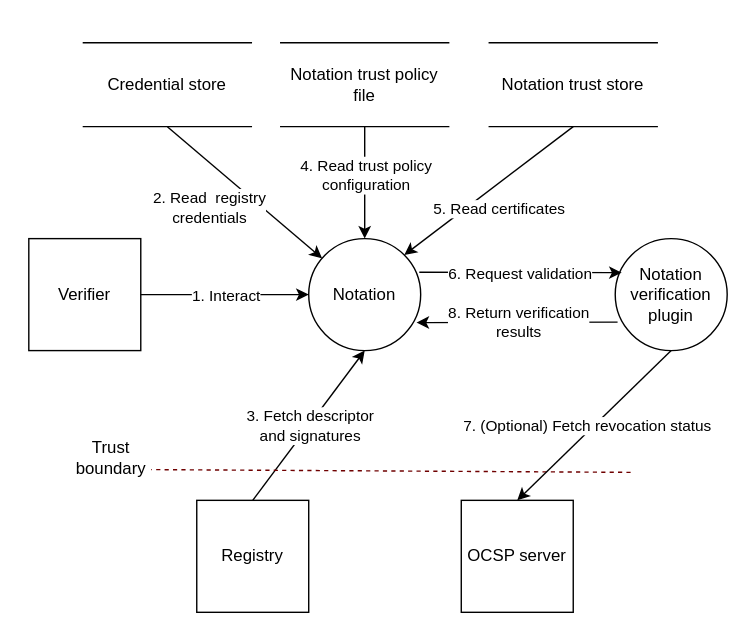
Above: media/notation-verify-plugin.svg in notaryproject/specifications (draw.io), before the change. Source tidied: cells renumbered, new cells last; positions are measured from the earlier drawing's top-left corner, leaving out a move shared by most shapes. Its diagram source:
```xml
<mxGraphModel background="#ffffff">
  <root>
    <mxCell id="0" />
    <mxCell id="1" parent="0" />
    <mxCell id="2" style="rounded=0;whiteSpace=wrap;html=1;strokeColor=none;" parent="1" vertex="1">
      <mxGeometry width="539" height="457" as="geometry" />
    </mxCell>
    <mxCell id="3" value="Verifier" style="whiteSpace=wrap;html=1;fontColor=#000000;fillColor=#ffffff;strokeColor=#000000;" parent="1" vertex="1">
      <mxGeometry x="20" y="170" width="80" height="80" as="geometry" />
    </mxCell>
    <mxCell id="4" value="Notation" style="ellipse;whiteSpace=wrap;html=1;fillColor=#ffffff;strokeColor=#000000;" parent="1" vertex="1">
      <mxGeometry x="220" y="170" width="80" height="80" as="geometry" />
    </mxCell>
    <mxCell id="5" value="Notation trust policy file" style="shape=partialRectangle;whiteSpace=wrap;html=1;left=0;right=0;fillColor=none;strokeColor=#000000;fontColor=#000000;" parent="1" vertex="1">
      <mxGeometry x="200" y="30" width="120" height="60" as="geometry" />
    </mxCell>
    <mxCell id="6" style="endArrow=classic;html=1;rounded=0;exitX=1;exitY=0.5;exitDx=0;exitDy=0;entryX=0;entryY=0.5;entryDx=0;entryDy=0;fontColor=#050505;strokeColor=#000000;" parent="1" edge="1" source="3" target="4">
      <mxGeometry relative="1" as="geometry" />
    </mxCell>
    <mxCell id="7" value="1. Interact" style="edgeLabel;html=1;align=center;verticalAlign=middle;" parent="6" vertex="1">
      <mxGeometry relative="1" as="geometry" />
    </mxCell>
    <mxCell id="8" style="endArrow=classic;html=1;rounded=0;exitX=0.5;exitY=1;exitDx=0;exitDy=0;" parent="1" edge="1" source="19" target="4">
      <mxGeometry relative="1" as="geometry" />
    </mxCell>
    <mxCell id="9" value="2. Read&amp;nbsp; registry &lt;br&gt;credentials" style="edgeLabel;html=1;align=center;verticalAlign=middle;" parent="8" vertex="1">
      <mxGeometry relative="1" as="geometry">
        <mxPoint x="-26" y="10" as="offset" />
      </mxGeometry>
    </mxCell>
    <mxCell id="10" style="endArrow=classic;html=1;rounded=0;exitX=0.5;exitY=1;exitDx=0;exitDy=0;entryX=0.5;entryY=0;entryDx=0;entryDy=0;fontColor=#000000;strokeColor=#000000;" parent="1" edge="1" source="5" target="4">
      <mxGeometry relative="1" as="geometry" />
    </mxCell>
    <mxCell id="11" value="4. Read trust policy&lt;br&gt;configuration" style="edgeLabel;html=1;align=center;verticalAlign=middle;" parent="10" vertex="1">
      <mxGeometry relative="1" as="geometry">
        <mxPoint y="-6" as="offset" />
      </mxGeometry>
    </mxCell>
    <mxCell id="12" style="endArrow=classic;html=1;rounded=0;exitX=0.5;exitY=1;exitDx=0;exitDy=0;entryX=1;entryY=0;entryDx=0;entryDy=0;" parent="1" edge="1" source="20" target="4">
      <mxGeometry relative="1" as="geometry" />
    </mxCell>
    <mxCell id="13" value="5. Read certificates" style="edgeLabel;html=1;align=center;verticalAlign=middle;" parent="12" vertex="1">
      <mxGeometry relative="1" as="geometry">
        <mxPoint x="7" y="13" as="offset" />
      </mxGeometry>
    </mxCell>
    <mxCell id="14" value="Registry" style="whiteSpace=wrap;html=1;" parent="1" vertex="1">
      <mxGeometry x="140" y="357" width="80" height="80" as="geometry" />
    </mxCell>
    <mxCell id="15" style="endArrow=classic;html=1;rounded=0;exitX=0.5;exitY=0;exitDx=0;exitDy=0;entryX=0.5;entryY=1;entryDx=0;entryDy=0;" parent="1" edge="1" source="14" target="4">
      <mxGeometry relative="1" as="geometry" />
    </mxCell>
    <mxCell id="16" value="3. Fetch descriptor &lt;br&gt;and signatures" style="edgeLabel;html=1;align=center;verticalAlign=middle;" parent="15" vertex="1">
      <mxGeometry relative="1" as="geometry" />
    </mxCell>
    <mxCell id="17" style="html=1;rounded=0;endArrow=none;dashed=1;fillColor=#a20025;strokeColor=#6F0000;" parent="1" edge="1">
      <mxGeometry relative="1" as="geometry">
        <mxPoint x="450" y="337" as="sourcePoint" />
        <mxPoint x="99" y="335" as="targetPoint" />
      </mxGeometry>
    </mxCell>
    <mxCell id="18" value="Trust boundary" style="text;html=1;strokeColor=none;fillColor=none;align=center;verticalAlign=middle;whiteSpace=wrap;rounded=0;labelBackgroundColor=default;" parent="1" vertex="1">
      <mxGeometry x="49" y="312" width="60" height="30" as="geometry" />
    </mxCell>
    <mxCell id="19" value="Credential store" style="shape=partialRectangle;whiteSpace=wrap;html=1;left=0;right=0;fillColor=none;strokeColor=#000000;fontColor=#000000;" parent="1" vertex="1">
      <mxGeometry x="59" y="30" width="120" height="60" as="geometry" />
    </mxCell>
    <mxCell id="20" value="Notation trust store" style="shape=partialRectangle;whiteSpace=wrap;html=1;left=0;right=0;fillColor=none;strokeColor=#000000;fontColor=#000000;" parent="1" vertex="1">
      <mxGeometry x="349" y="30" width="120" height="60" as="geometry" />
    </mxCell>
    <mxCell id="21" value="Notation verification plugin" style="ellipse;whiteSpace=wrap;html=1;fillColor=#ffffff;strokeColor=#000000;" parent="1" vertex="1">
      <mxGeometry x="439" y="170" width="80" height="80" as="geometry" />
    </mxCell>
    <mxCell id="22" style="endArrow=classic;html=1;rounded=0;entryX=0.058;entryY=0.304;entryDx=0;entryDy=0;entryPerimeter=0;" parent="1" edge="1" target="21">
      <mxGeometry relative="1" as="geometry">
        <mxPoint x="299" y="194" as="sourcePoint" />
      </mxGeometry>
    </mxCell>
    <mxCell id="23" value="6. Request validation" style="edgeLabel;html=1;align=center;verticalAlign=middle;" parent="22" vertex="1">
      <mxGeometry relative="1" as="geometry" />
    </mxCell>
    <mxCell id="24" style="endArrow=classic;html=1;rounded=0;exitX=0.046;exitY=0.746;exitDx=0;exitDy=0;exitPerimeter=0;" parent="1" edge="1">
      <mxGeometry relative="1" as="geometry">
        <mxPoint x="440.7" y="229.7" as="sourcePoint" />
        <mxPoint x="297" y="230" as="targetPoint" />
      </mxGeometry>
    </mxCell>
    <mxCell id="25" value="8. Return verification&lt;br&gt;results" style="edgeLabel;html=1;align=center;verticalAlign=middle;" parent="24" vertex="1">
      <mxGeometry relative="1" as="geometry">
        <mxPoint x="1" as="offset" />
      </mxGeometry>
    </mxCell>
    <mxCell id="26" value="OCSP server" style="whiteSpace=wrap;html=1;" parent="1" vertex="1">
      <mxGeometry x="329" y="357" width="80" height="80" as="geometry" />
    </mxCell>
    <mxCell id="27" style="endArrow=classic;html=1;rounded=0;exitX=0.5;exitY=1;exitDx=0;exitDy=0;entryX=0.5;entryY=0;entryDx=0;entryDy=0;" parent="1" edge="1" source="21" target="26">
      <mxGeometry relative="1" as="geometry" />
    </mxCell>
    <mxCell id="28" value="7. (Optional) Fetch revocation status" style="edgeLabel;html=1;align=center;verticalAlign=middle;" parent="27" vertex="1">
      <mxGeometry relative="1" as="geometry">
        <mxPoint x="-5" as="offset" />
      </mxGeometry>
    </mxCell>
  </root>
</mxGraphModel>
```
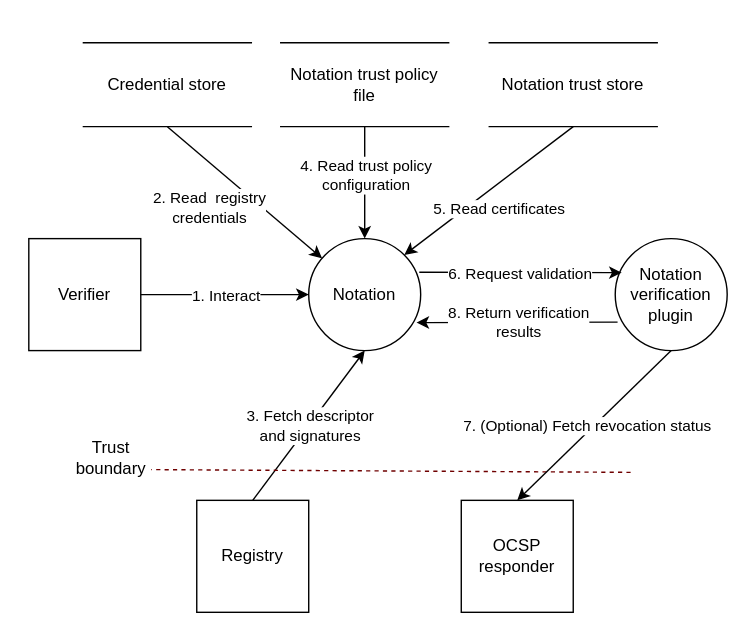
After the change.

The edit, as a diff of the source:
```diff
@@ -90,7 +90,7 @@
         <mxPoint x="1" as="offset" />
       </mxGeometry>
     </mxCell>
-    <mxCell id="26" value="OCSP server" style="whiteSpace=wrap;html=1;" parent="1" vertex="1">
+    <mxCell id="26" value="OCSP responder" style="whiteSpace=wrap;html=1;" parent="1" vertex="1">
       <mxGeometry x="329" y="357" width="80" height="80" as="geometry" />
     </mxCell>
     <mxCell id="27" style="endArrow=classic;html=1;rounded=0;exitX=0.5;exitY=1;exitDx=0;exitDy=0;entryX=0.5;entryY=0;entryDx=0;entryDy=0;" parent="1" edge="1" source="21" target="26">
```
